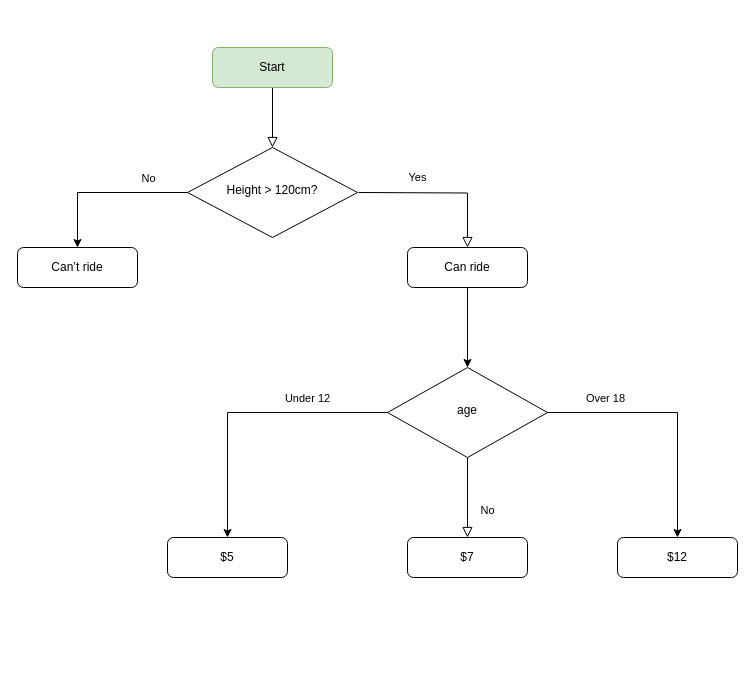
Earlier version of the draw.io diagram cookbooks/Untitled Diagram.drawio (parnellsmith/chef-fluency-badge). Source tidied: cells renumbered, new cells numbered last; positions are measured from the earlier drawing's top-left corner, leaving out a move shared by most shapes. Both pictures are drawn from the tidied source at 100%, with x=0, y=0 at pixel (17, 47).
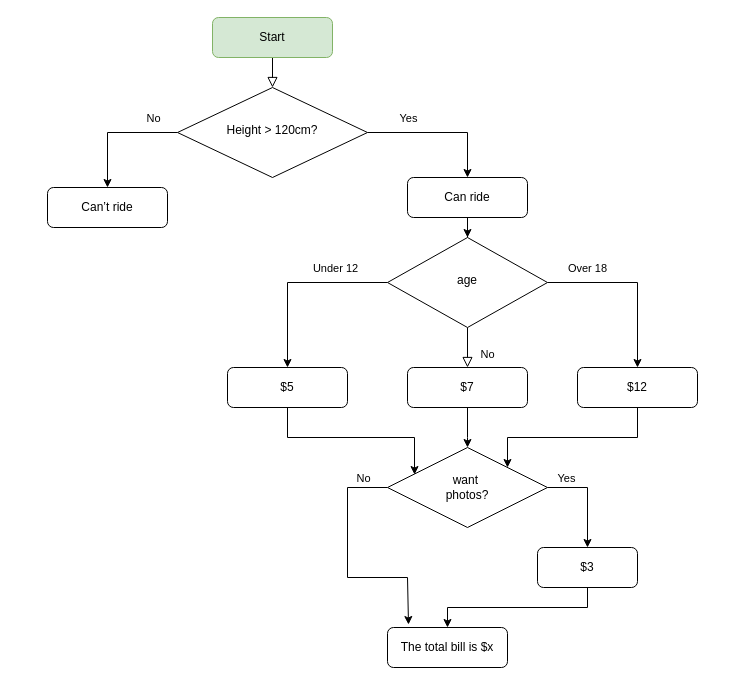
Above is the later version.

Change to the diagram source:
```diff
@@
     <mxCell id="3" value="Start" style="rounded=1;whiteSpace=wrap;html=1;fontSize=12;glass=0;strokeWidth=1;shadow=0;fillColor=#d5e8d4;strokeColor=#82b366;" parent="1" vertex="1">
-      <mxGeometry x="195" width="120" height="40" as="geometry" />
+      <mxGeometry x="195" y="-30" width="120" height="40" as="geometry" />
     </mxCell>
-    <mxCell id="4" value="Yes" style="edgeStyle=orthogonalEdgeStyle;rounded=0;html=1;jettySize=auto;fontSize=11;endArrow=block;endFill=0;endSize=8;strokeWidth=1;shadow=0;labelBackgroundColor=none;entryX=0.5;entryY=0;entryDx=0;entryDy=0;" parent="1" edge="1" target="8">
-      <mxGeometry x="-0.28" y="15" relative="1" as="geometry">
-        <mxPoint x="341" y="145" as="sourcePoint" />
-      </mxGeometry>
-    </mxCell>
@@
+    <mxCell id="20" style="edgeStyle=orthogonalEdgeStyle;rounded=0;jettySize=auto;html=1;entryX=0.5;entryY=0;entryDx=0;entryDy=0;" parent="1" edge="1" source="7" target="8">
+      <mxGeometry relative="1" as="geometry" />
+    </mxCell>
+    <mxCell id="21" value="Yes" style="edgeLabel;html=1;align=center;verticalAlign=middle;" parent="20" vertex="1">
+      <mxGeometry x="-0.39" y="3" relative="1" as="geometry">
+        <mxPoint x="-4" y="-12" as="offset" />
+      </mxGeometry>
+    </mxCell>
     <mxCell id="7" value="Height &amp;gt; 120cm?" style="rhombus;whiteSpace=wrap;html=1;shadow=0;fontFamily=Helvetica;fontSize=12;align=center;strokeWidth=1;spacing=6;spacingTop=-4;" parent="1" vertex="1">
-      <mxGeometry x="170" y="100" width="170" height="90" as="geometry" />
+      <mxGeometry x="160" y="40" width="190" height="90" as="geometry" />
     </mxCell>
     <mxCell id="8" value="Can ride" style="rounded=1;whiteSpace=wrap;html=1;fontSize=12;glass=0;strokeWidth=1;shadow=0;" parent="1" vertex="1">
-      <mxGeometry x="390" y="200" width="120" height="40" as="geometry" />
+      <mxGeometry x="390" y="130" width="120" height="40" as="geometry" />
     </mxCell>
@@
     <mxCell id="15" value="age" style="rhombus;whiteSpace=wrap;html=1;shadow=0;fontFamily=Helvetica;fontSize=12;align=center;strokeWidth=1;spacing=6;spacingTop=-4;" parent="1" vertex="1">
-      <mxGeometry x="370" y="320" width="160" height="90" as="geometry" />
+      <mxGeometry x="370" y="190" width="160" height="90" as="geometry" />
     </mxCell>
     <mxCell id="16" value="$7" style="rounded=1;whiteSpace=wrap;html=1;fontSize=12;glass=0;strokeWidth=1;shadow=0;" parent="1" vertex="1">
-      <mxGeometry x="390" y="490" width="120" height="40" as="geometry" />
+      <mxGeometry x="390" y="320" width="120" height="40" as="geometry" />
     </mxCell>
+    <mxCell id="22" style="edgeStyle=orthogonalEdgeStyle;rounded=0;jettySize=auto;html=1;entryX=1;entryY=0;entryDx=0;entryDy=0;exitX=0.5;exitY=1;exitDx=0;exitDy=0;" parent="1" edge="1" source="17" target="29">
+      <mxGeometry relative="1" as="geometry">
+        <Array as="points">
+          <mxPoint x="620" y="390" />
+          <mxPoint x="490" y="390" />
+        </Array>
+      </mxGeometry>
+    </mxCell>
     <mxCell id="17" value="$12" style="rounded=1;whiteSpace=wrap;html=1;fontSize=12;glass=0;strokeWidth=1;shadow=0;" parent="1" vertex="1">
-      <mxGeometry x="600" y="490" width="120" height="40" as="geometry" />
+      <mxGeometry x="560" y="320" width="120" height="40" as="geometry" />
     </mxCell>
+    <mxCell id="23" style="edgeStyle=orthogonalEdgeStyle;rounded=0;jettySize=auto;html=1;entryX=0.169;entryY=0.338;entryDx=0;entryDy=0;entryPerimeter=0;" parent="1" edge="1" source="18" target="29">
+      <mxGeometry relative="1" as="geometry">
+        <Array as="points">
+          <mxPoint x="270" y="390" />
+          <mxPoint x="397" y="390" />
+        </Array>
+      </mxGeometry>
+    </mxCell>
     <mxCell id="18" value="$5" style="rounded=1;whiteSpace=wrap;html=1;" parent="1" vertex="1">
-      <mxGeometry x="150" y="490" width="120" height="40" as="geometry" />
+      <mxGeometry x="210" y="320" width="120" height="40" as="geometry" />
     </mxCell>
     <mxCell id="19" value="Can’t ride" style="rounded=1;whiteSpace=wrap;html=1;" parent="1" vertex="1">
-      <mxGeometry y="200" width="120" height="40" as="geometry" />
+      <mxGeometry x="30" y="140" width="120" height="40" as="geometry" />
     </mxCell>
+    <mxCell id="24" style="edgeStyle=orthogonalEdgeStyle;rounded=0;jettySize=auto;html=1;" parent="1" edge="1" source="16" target="29">
+      <mxGeometry relative="1" as="geometry">
+        <Array as="points">
+          <mxPoint x="450" y="390" />
+          <mxPoint x="450" y="390" />
+        </Array>
+      </mxGeometry>
+    </mxCell>
+    <mxCell id="25" style="edgeStyle=orthogonalEdgeStyle;rounded=0;jettySize=auto;html=1;entryX=0.5;entryY=0;entryDx=0;entryDy=0;exitX=1;exitY=0.5;exitDx=0;exitDy=0;" parent="1" edge="1" source="29" target="31">
+      <mxGeometry relative="1" as="geometry" />
+    </mxCell>
+    <mxCell id="26" value="Yes" style="edgeLabel;html=1;align=center;verticalAlign=middle;" parent="25" vertex="1">
+      <mxGeometry x="-0.64" y="4" relative="1" as="geometry">
+        <mxPoint y="-6" as="offset" />
+      </mxGeometry>
+    </mxCell>
+    <mxCell id="27" style="edgeStyle=orthogonalEdgeStyle;rounded=0;jettySize=auto;html=1;entryX=0.175;entryY=-0.075;entryDx=0;entryDy=0;exitX=0;exitY=0.5;exitDx=0;exitDy=0;entryPerimeter=0;" parent="1" edge="1" source="29" target="32">
+      <mxGeometry relative="1" as="geometry">
+        <Array as="points">
+          <mxPoint x="330" y="440" />
+          <mxPoint x="330" y="530" />
+          <mxPoint x="390" y="530" />
+        </Array>
+      </mxGeometry>
+    </mxCell>
+    <mxCell id="28" value="No" style="edgeLabel;html=1;align=center;verticalAlign=middle;" parent="27" vertex="1">
+      <mxGeometry x="-0.79" y="-6" relative="1" as="geometry">
+        <mxPoint y="-4" as="offset" />
+      </mxGeometry>
+    </mxCell>
+    <mxCell id="29" value="want&amp;nbsp;&lt;br&gt;photos?" style="rhombus;whiteSpace=wrap;html=1;" parent="1" vertex="1">
+      <mxGeometry x="370" y="400" width="160" height="80" as="geometry" />
+    </mxCell>
+    <mxCell id="30" style="edgeStyle=orthogonalEdgeStyle;rounded=0;jettySize=auto;html=1;entryX=0.5;entryY=0;entryDx=0;entryDy=0;" parent="1" edge="1" source="31" target="32">
+      <mxGeometry relative="1" as="geometry">
+        <Array as="points">
+          <mxPoint x="570" y="560" />
+          <mxPoint x="430" y="560" />
+        </Array>
+      </mxGeometry>
+    </mxCell>
+    <mxCell id="31" value="$3" style="rounded=1;whiteSpace=wrap;html=1;" parent="1" vertex="1">
+      <mxGeometry x="520" y="500" width="100" height="40" as="geometry" />
+    </mxCell>
+    <mxCell id="32" value="The total bill is $x" style="rounded=1;whiteSpace=wrap;html=1;" parent="1" vertex="1">
+      <mxGeometry x="370" y="580" width="120" height="40" as="geometry" />
+    </mxCell>
```
